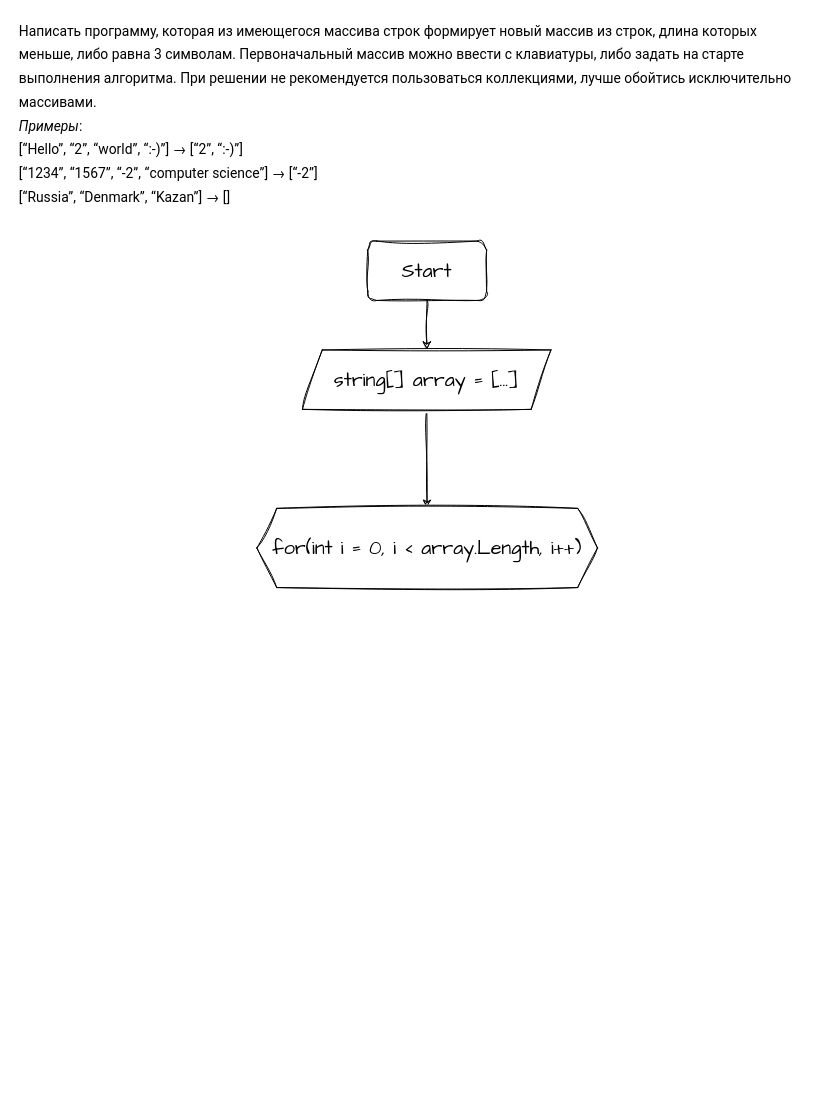
Gorets147/Developer_course_final_assignment keeps this draw.io diagram as alghoritm.drawio. Above is the earlier version. Source tidied: cells renumbered, new cells numbered last; positions are measured from the earlier drawing's top-left corner, leaving out a move shared by most shapes. Both pictures are drawn from the tidied source at 99%, with x=0, y=0 at pixel (17, 23).
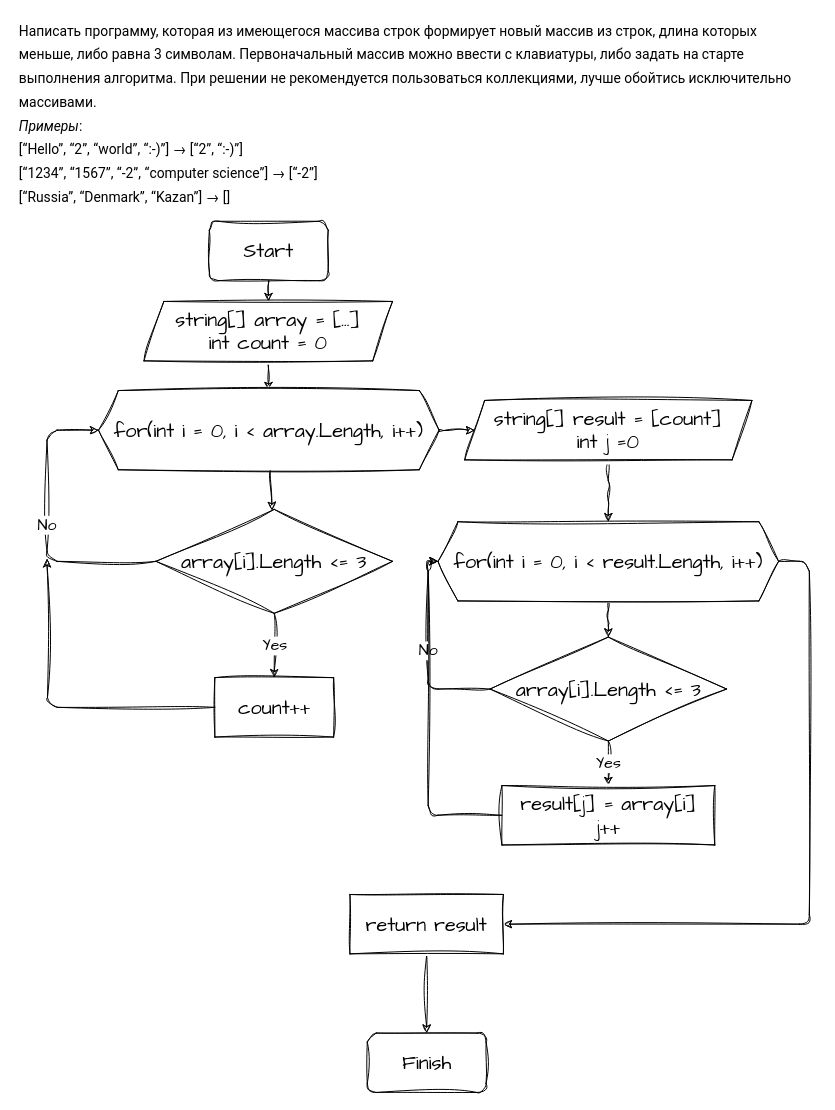
The same diagram, later.

Commit message (it also covers changes not shown here):
feat: add alghoritm for task

Diff of the diagram source:
```diff
@@
     <mxCell id="3" value="Start" style="rounded=1;whiteSpace=wrap;html=1;sketch=1;hachureGap=4;jiggle=2;curveFitting=1;fontFamily=Architects Daughter;fontSize=20;" parent="1" vertex="1">
-      <mxGeometry x="354" y="220" width="120" height="60" as="geometry" />
+      <mxGeometry x="194" y="200" width="120" height="60" as="geometry" />
     </mxCell>
@@
-    <mxCell id="5" value="string[] array = [...]" style="shape=parallelogram;perimeter=parallelogramPerimeter;whiteSpace=wrap;html=1;fixedSize=1;sketch=1;hachureGap=4;jiggle=2;curveFitting=1;fontFamily=Architects Daughter;fontSize=20;" parent="1" vertex="1">
-      <mxGeometry x="288" y="330" width="251" height="60" as="geometry" />
+    <mxCell id="5" value="string[] array = [...]&lt;br&gt;int count = 0" style="shape=parallelogram;perimeter=parallelogramPerimeter;whiteSpace=wrap;html=1;fixedSize=1;sketch=1;hachureGap=4;jiggle=2;curveFitting=1;fontFamily=Architects Daughter;fontSize=20;" parent="1" vertex="1">
+      <mxGeometry x="128" y="281" width="251" height="60" as="geometry" />
     </mxCell>
@@
+    <mxCell id="8" style="edgeStyle=none;sketch=1;hachureGap=4;jiggle=2;curveFitting=1;html=1;fontFamily=Architects Daughter;fontSize=16;" parent="1" edge="1" source="7" target="12">
+      <mxGeometry relative="1" as="geometry" />
+    </mxCell>
+    <mxCell id="9" style="edgeStyle=orthogonalEdgeStyle;sketch=1;hachureGap=4;jiggle=2;curveFitting=1;html=1;fontFamily=Architects Daughter;fontSize=16;" parent="1" edge="1" target="16">
+      <mxGeometry relative="1" as="geometry">
+        <mxPoint x="388" y="411" as="sourcePoint" />
+      </mxGeometry>
+    </mxCell>
     <mxCell id="7" value="for(int i = 0, i &amp;lt; array.Length, i++)" style="shape=hexagon;perimeter=hexagonPerimeter2;whiteSpace=wrap;html=1;fixedSize=1;labelBackgroundColor=none;sketch=1;hachureGap=4;jiggle=2;curveFitting=1;fontFamily=Architects Daughter;fontSize=20;fontColor=default;" parent="1" vertex="1">
-      <mxGeometry x="242" y="490" width="344" height="80" as="geometry" />
+      <mxGeometry x="82" y="371" width="344" height="80" as="geometry" />
     </mxCell>
+    <mxCell id="10" value="Yes" style="edgeStyle=none;sketch=1;hachureGap=4;jiggle=2;curveFitting=1;html=1;fontFamily=Architects Daughter;fontSize=16;" parent="1" edge="1" source="12" target="14">
+      <mxGeometry relative="1" as="geometry" />
+    </mxCell>
+    <mxCell id="11" value="No" style="edgeStyle=orthogonalEdgeStyle;sketch=1;hachureGap=4;jiggle=2;curveFitting=1;html=1;exitX=0;exitY=0.5;exitDx=0;exitDy=0;entryX=0;entryY=0.5;entryDx=0;entryDy=0;fontFamily=Architects Daughter;fontSize=16;" parent="1" edge="1" source="12" target="7">
+      <mxGeometry relative="1" as="geometry">
+        <Array as="points">
+          <mxPoint x="30" y="544" />
+          <mxPoint x="30" y="411" />
+        </Array>
+      </mxGeometry>
+    </mxCell>
+    <mxCell id="12" value="array[i].Length &amp;lt;= 3" style="rhombus;whiteSpace=wrap;html=1;fontSize=20;fontFamily=Architects Daughter;labelBackgroundColor=none;sketch=1;hachureGap=4;jiggle=2;curveFitting=1;" parent="1" vertex="1">
+      <mxGeometry x="140" y="491" width="239" height="105" as="geometry" />
+    </mxCell>
+    <mxCell id="13" style="edgeStyle=orthogonalEdgeStyle;sketch=1;hachureGap=4;jiggle=2;curveFitting=1;html=1;exitX=0;exitY=0.5;exitDx=0;exitDy=0;fontFamily=Architects Daughter;fontSize=16;" parent="1" edge="1" source="14">
+      <mxGeometry relative="1" as="geometry">
+        <mxPoint x="30" y="541" as="targetPoint" />
+      </mxGeometry>
+    </mxCell>
+    <mxCell id="14" value="count++" style="whiteSpace=wrap;html=1;fontSize=20;fontFamily=Architects Daughter;labelBackgroundColor=none;sketch=1;hachureGap=4;jiggle=2;curveFitting=1;" parent="1" vertex="1">
+      <mxGeometry x="199.5" y="661" width="120" height="60" as="geometry" />
+    </mxCell>
+    <mxCell id="15" style="edgeStyle=orthogonalEdgeStyle;sketch=1;hachureGap=4;jiggle=2;curveFitting=1;html=1;fontFamily=Architects Daughter;fontSize=16;" parent="1" edge="1" source="16">
+      <mxGeometry relative="1" as="geometry">
+        <mxPoint x="597" y="503.5" as="targetPoint" />
+      </mxGeometry>
+    </mxCell>
+    <mxCell id="16" value="string[] result = [count]&lt;br&gt;int j =0" style="shape=parallelogram;perimeter=parallelogramPerimeter;whiteSpace=wrap;html=1;fixedSize=1;fontSize=20;fontFamily=Architects Daughter;labelBackgroundColor=none;sketch=1;hachureGap=4;jiggle=2;curveFitting=1;" parent="1" vertex="1">
+      <mxGeometry x="452" y="381" width="290" height="60" as="geometry" />
+    </mxCell>
+    <mxCell id="17" style="edgeStyle=orthogonalEdgeStyle;sketch=1;hachureGap=4;jiggle=2;curveFitting=1;html=1;fontFamily=Architects Daughter;fontSize=16;" parent="1" edge="1" source="19">
+      <mxGeometry relative="1" as="geometry">
+        <mxPoint x="597" y="620" as="targetPoint" />
+      </mxGeometry>
+    </mxCell>
+    <mxCell id="18" style="edgeStyle=orthogonalEdgeStyle;sketch=1;hachureGap=4;jiggle=2;curveFitting=1;html=1;fontFamily=Architects Daughter;fontSize=16;entryX=1;entryY=0.5;entryDx=0;entryDy=0;" parent="1" edge="1" source="19" target="26">
+      <mxGeometry relative="1" as="geometry">
+        <Array as="points">
+          <mxPoint x="800" y="543" />
+          <mxPoint x="800" y="910" />
+        </Array>
+      </mxGeometry>
+    </mxCell>
+    <mxCell id="19" value="for(int i = 0, i &amp;lt; result.Length, i++)" style="shape=hexagon;perimeter=hexagonPerimeter2;whiteSpace=wrap;html=1;fixedSize=1;labelBackgroundColor=none;sketch=1;hachureGap=4;jiggle=2;curveFitting=1;fontFamily=Architects Daughter;fontSize=20;fontColor=default;" parent="1" vertex="1">
+      <mxGeometry x="425" y="503.5" width="344" height="80" as="geometry" />
+    </mxCell>
+    <mxCell id="20" value="Yes" style="edgeStyle=orthogonalEdgeStyle;sketch=1;hachureGap=4;jiggle=2;curveFitting=1;html=1;fontFamily=Architects Daughter;fontSize=16;" parent="1" edge="1" source="22" target="24">
+      <mxGeometry relative="1" as="geometry" />
+    </mxCell>
+    <mxCell id="21" value="No" style="edgeStyle=orthogonalEdgeStyle;sketch=1;hachureGap=4;jiggle=2;curveFitting=1;html=1;exitX=0;exitY=0.5;exitDx=0;exitDy=0;entryX=0;entryY=0.5;entryDx=0;entryDy=0;fontFamily=Architects Daughter;fontSize=16;" parent="1" edge="1" source="22" target="19">
+      <mxGeometry relative="1" as="geometry" />
+    </mxCell>
+    <mxCell id="22" value="array[i].Length &amp;lt;= 3" style="rhombus;whiteSpace=wrap;html=1;fontSize=20;fontFamily=Architects Daughter;labelBackgroundColor=none;sketch=1;hachureGap=4;jiggle=2;curveFitting=1;" parent="1" vertex="1">
+      <mxGeometry x="477.5" y="620" width="239" height="105" as="geometry" />
+    </mxCell>
+    <mxCell id="23" style="edgeStyle=orthogonalEdgeStyle;sketch=1;hachureGap=4;jiggle=2;curveFitting=1;html=1;exitX=0;exitY=0.5;exitDx=0;exitDy=0;entryX=0;entryY=0.5;entryDx=0;entryDy=0;fontFamily=Architects Daughter;fontSize=16;" parent="1" edge="1" source="24" target="19">
+      <mxGeometry relative="1" as="geometry" />
+    </mxCell>
+    <mxCell id="24" value="result[j] = array[i]&lt;br&gt;j++" style="whiteSpace=wrap;html=1;fontSize=20;fontFamily=Architects Daughter;labelBackgroundColor=none;sketch=1;hachureGap=4;jiggle=2;curveFitting=1;" parent="1" vertex="1">
+      <mxGeometry x="489.5" y="770" width="215" height="60" as="geometry" />
+    </mxCell>
+    <mxCell id="25" style="edgeStyle=orthogonalEdgeStyle;sketch=1;hachureGap=4;jiggle=2;curveFitting=1;html=1;fontFamily=Architects Daughter;fontSize=16;" parent="1" edge="1" source="26" target="27">
+      <mxGeometry relative="1" as="geometry" />
+    </mxCell>
+    <mxCell id="26" value="return result" style="whiteSpace=wrap;html=1;fontSize=20;fontFamily=Architects Daughter;labelBackgroundColor=none;sketch=1;hachureGap=4;jiggle=2;curveFitting=1;" parent="1" vertex="1">
+      <mxGeometry x="336" y="880" width="155" height="60" as="geometry" />
+    </mxCell>
+    <mxCell id="27" value="Finish" style="rounded=1;whiteSpace=wrap;html=1;fontSize=20;fontFamily=Architects Daughter;labelBackgroundColor=none;sketch=1;hachureGap=4;jiggle=2;curveFitting=1;" parent="1" vertex="1">
+      <mxGeometry x="353.5" y="1020" width="120" height="60" as="geometry" />
+    </mxCell>
```
